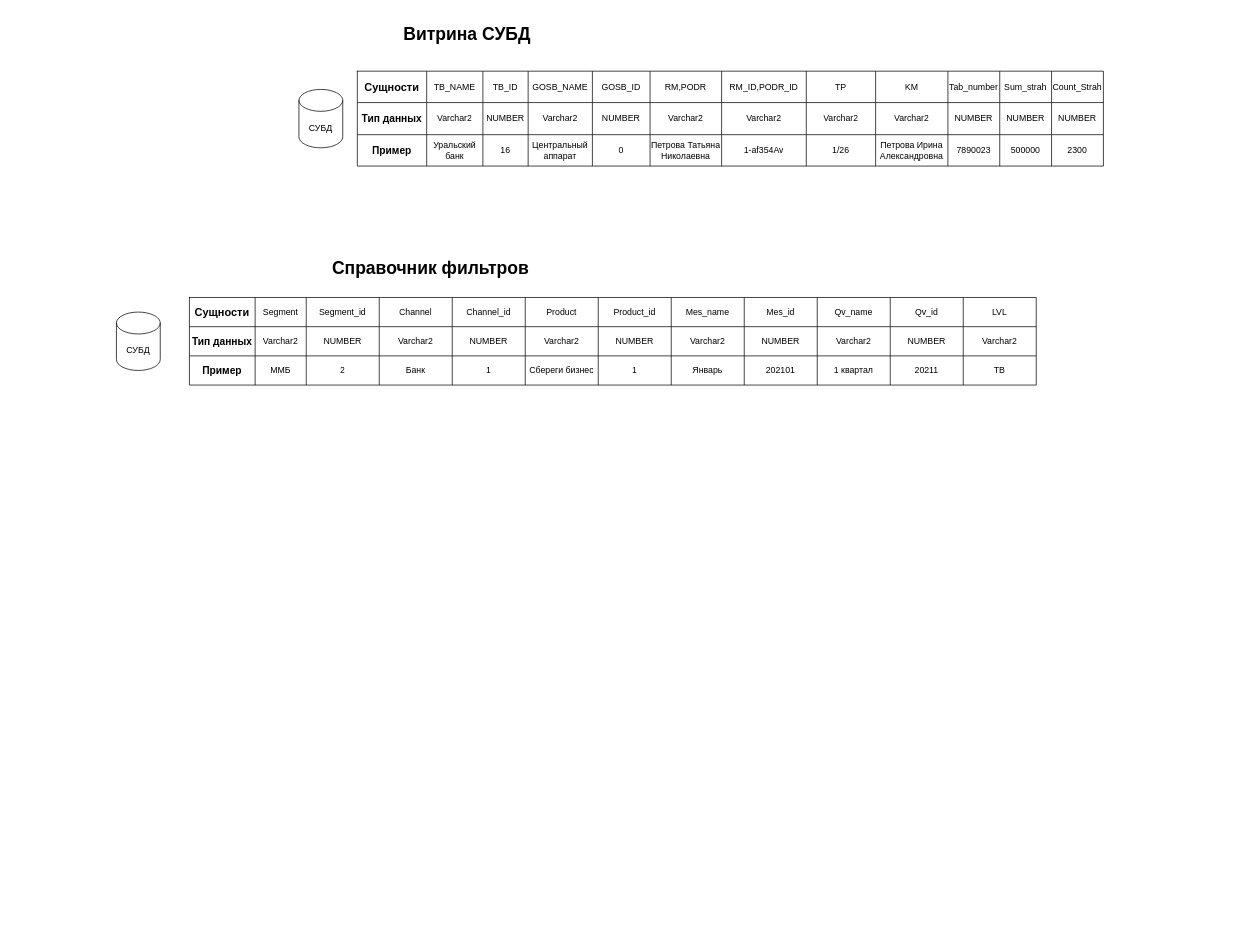
Earlier version of the draw.io diagram Untitled Diagram.drawio (cayfer12/ISKRA). Source tidied: cells renumbered, new cells numbered last; positions are measured from the earlier drawing's top-left corner, leaving out a move shared by most shapes. Both pictures are drawn from the tidied source at 73%, with x=0, y=0 at pixel (116, 20).
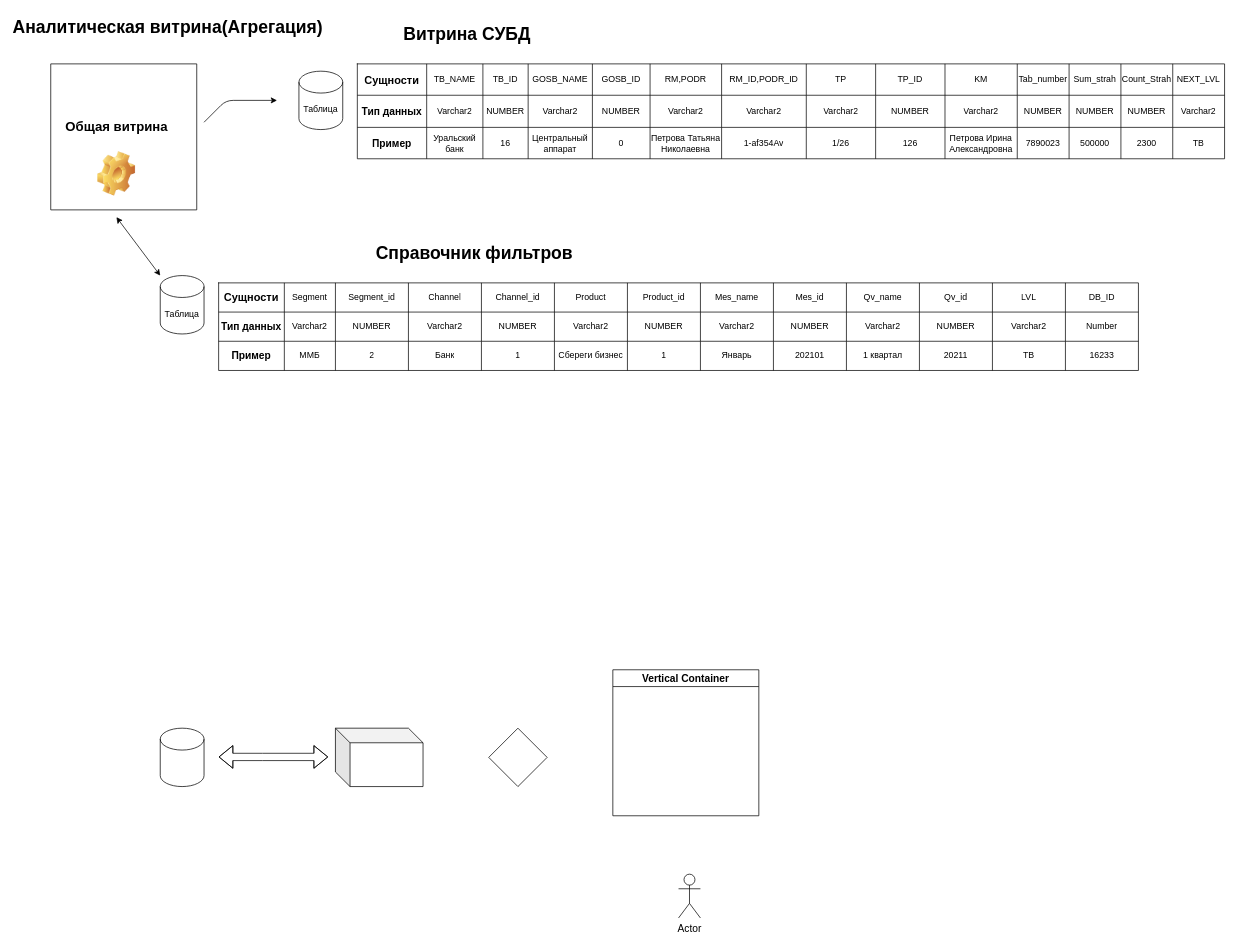
The same diagram, later.

The edit, as a diff of the source:
```diff
@@
-    <mxCell id="2" value="СУБД" style="shape=cylinder3;whiteSpace=wrap;html=1;boundedLbl=1;backgroundOutline=1;size=15;flipV=0;" parent="1" vertex="1">
-      <mxGeometry y="400" width="60" height="80" as="geometry" />
+    <mxCell id="2" value="Таблица" style="shape=cylinder3;whiteSpace=wrap;html=1;boundedLbl=1;backgroundOutline=1;size=15;flipV=0;" parent="1" vertex="1">
+      <mxGeometry x="60" y="350" width="60" height="80" as="geometry" />
     </mxCell>
     <mxCell id="3" style="shape=table;html=1;whiteSpace=wrap;startSize=0;childLayout=tableLayout;" parent="1" vertex="1">
-      <mxGeometry x="330" y="70" width="1022" height="130" as="geometry" />
+      <mxGeometry x="330" y="60" width="1188" height="130" as="geometry" />
     </mxCell>
     <mxCell id="4" style="shape=partialRectangle;html=1;whiteSpace=wrap;fillColor=none;top=0;left=0;bottom=0;right=0;" parent="3" vertex="1">
-      <mxGeometry width="1022" height="43" as="geometry" />
+      <mxGeometry width="1188" height="43" as="geometry" />
     </mxCell>
@@
+    <mxCell id="86" value="TP_ID" style="shape=partialRectangle;html=1;whiteSpace=wrap;fillColor=none;top=0;left=0;bottom=0;right=0;overflow=hidden;" parent="4" vertex="1">
+      <mxGeometry x="710" width="95" height="43" as="geometry" />
+    </mxCell>
     <mxCell id="13" value="KM" style="shape=partialRectangle;html=1;whiteSpace=wrap;fillColor=none;top=0;left=0;bottom=0;right=0;overflow=hidden;" parent="4" vertex="1">
-      <mxGeometry x="710" width="99" height="43" as="geometry" />
+      <mxGeometry x="805" width="99" height="43" as="geometry" />
     </mxCell>
     <mxCell id="14" value="Tab_number" style="shape=partialRectangle;html=1;whiteSpace=wrap;fillColor=none;top=0;left=0;bottom=0;right=0;overflow=hidden;" parent="4" vertex="1">
-      <mxGeometry x="809" width="71" height="43" as="geometry" />
+      <mxGeometry x="904" width="71" height="43" as="geometry" />
     </mxCell>
     <mxCell id="15" value="Sum_strah" style="shape=partialRectangle;html=1;whiteSpace=wrap;fillColor=none;top=0;left=0;bottom=0;right=0;overflow=hidden;" parent="4" vertex="1">
-      <mxGeometry x="880" width="71" height="43" as="geometry" />
+      <mxGeometry x="975" width="71" height="43" as="geometry" />
     </mxCell>
     <mxCell id="16" value="Count_Strah" style="shape=partialRectangle;html=1;whiteSpace=wrap;fillColor=none;top=0;left=0;bottom=0;right=0;overflow=hidden;" parent="4" vertex="1">
-      <mxGeometry x="951" width="71" height="43" as="geometry" />
+      <mxGeometry x="1046" width="71" height="43" as="geometry" />
     </mxCell>
+    <mxCell id="87" value="NEXT_LVL" style="shape=partialRectangle;html=1;whiteSpace=wrap;fillColor=none;top=0;left=0;bottom=0;right=0;overflow=hidden;" parent="4" vertex="1">
+      <mxGeometry x="1117" width="71" height="43" as="geometry" />
+    </mxCell>
     <mxCell id="17" style="shape=partialRectangle;html=1;whiteSpace=wrap;fillColor=none;top=0;left=0;bottom=0;right=0;" parent="3" vertex="1">
-      <mxGeometry y="43" width="1022" height="44" as="geometry" />
+      <mxGeometry y="43" width="1188" height="44" as="geometry" />
     </mxCell>
@@
+    <mxCell id="88" value="NUMBER" style="shape=partialRectangle;html=1;whiteSpace=wrap;fillColor=none;top=0;left=0;bottom=0;right=0;overflow=hidden;" parent="17" vertex="1">
+      <mxGeometry x="710" width="95" height="44" as="geometry" />
+    </mxCell>
     <mxCell id="26" value="&lt;span&gt;Varchar2&lt;/span&gt;" style="shape=partialRectangle;html=1;whiteSpace=wrap;fillColor=none;top=0;left=0;bottom=0;right=0;overflow=hidden;" parent="17" vertex="1">
-      <mxGeometry x="710" width="99" height="44" as="geometry" />
+      <mxGeometry x="805" width="99" height="44" as="geometry" />
     </mxCell>
     <mxCell id="27" value="&lt;span&gt;NUMBER&lt;/span&gt;" style="shape=partialRectangle;html=1;whiteSpace=wrap;fillColor=none;top=0;left=0;bottom=0;right=0;overflow=hidden;" parent="17" vertex="1">
-      <mxGeometry x="809" width="71" height="44" as="geometry" />
+      <mxGeometry x="904" width="71" height="44" as="geometry" />
     </mxCell>
     <mxCell id="28" value="&lt;span&gt;NUMBER&lt;/span&gt;" style="shape=partialRectangle;html=1;whiteSpace=wrap;fillColor=none;top=0;left=0;bottom=0;right=0;overflow=hidden;" parent="17" vertex="1">
-      <mxGeometry x="880" width="71" height="44" as="geometry" />
+      <mxGeometry x="975" width="71" height="44" as="geometry" />
     </mxCell>
     <mxCell id="29" value="&lt;span&gt;NUMBER&lt;/span&gt;" style="shape=partialRectangle;html=1;whiteSpace=wrap;fillColor=none;top=0;left=0;bottom=0;right=0;overflow=hidden;" parent="17" vertex="1">
-      <mxGeometry x="951" width="71" height="44" as="geometry" />
+      <mxGeometry x="1046" width="71" height="44" as="geometry" />
     </mxCell>
+    <mxCell id="89" value="Varchar2" style="shape=partialRectangle;html=1;whiteSpace=wrap;fillColor=none;top=0;left=0;bottom=0;right=0;overflow=hidden;" parent="17" vertex="1">
+      <mxGeometry x="1117" width="71" height="44" as="geometry" />
+    </mxCell>
     <mxCell id="30" style="shape=partialRectangle;html=1;whiteSpace=wrap;fillColor=none;top=0;left=0;bottom=0;right=0;" parent="3" vertex="1">
-      <mxGeometry y="87" width="1022" height="43" as="geometry" />
+      <mxGeometry y="87" width="1188" height="43" as="geometry" />
     </mxCell>
@@
+    <mxCell id="90" value="126" style="shape=partialRectangle;html=1;whiteSpace=wrap;fillColor=none;top=0;left=0;bottom=0;right=0;overflow=hidden;" parent="30" vertex="1">
+      <mxGeometry x="710" width="95" height="43" as="geometry" />
+    </mxCell>
     <mxCell id="39" value="Петрова Ирина Александровна" style="shape=partialRectangle;html=1;whiteSpace=wrap;fillColor=none;top=0;left=0;bottom=0;right=0;overflow=hidden;" parent="30" vertex="1">
-      <mxGeometry x="710" width="99" height="43" as="geometry" />
+      <mxGeometry x="805" width="99" height="43" as="geometry" />
     </mxCell>
     <mxCell id="40" value="7890023" style="shape=partialRectangle;html=1;whiteSpace=wrap;fillColor=none;top=0;left=0;bottom=0;right=0;overflow=hidden;" parent="30" vertex="1">
-      <mxGeometry x="809" width="71" height="43" as="geometry" />
+      <mxGeometry x="904" width="71" height="43" as="geometry" />
     </mxCell>
     <mxCell id="41" value="500000" style="shape=partialRectangle;html=1;whiteSpace=wrap;fillColor=none;top=0;left=0;bottom=0;right=0;overflow=hidden;" parent="30" vertex="1">
-      <mxGeometry x="880" width="71" height="43" as="geometry" />
+      <mxGeometry x="975" width="71" height="43" as="geometry" />
     </mxCell>
     <mxCell id="42" value="2300" style="shape=partialRectangle;html=1;whiteSpace=wrap;fillColor=none;top=0;left=0;bottom=0;right=0;overflow=hidden;" parent="30" vertex="1">
-      <mxGeometry x="951" width="71" height="43" as="geometry" />
+      <mxGeometry x="1046" width="71" height="43" as="geometry" />
     </mxCell>
+    <mxCell id="91" value="TB" style="shape=partialRectangle;html=1;whiteSpace=wrap;fillColor=none;top=0;left=0;bottom=0;right=0;overflow=hidden;" parent="30" vertex="1">
+      <mxGeometry x="1117" width="71" height="43" as="geometry" />
+    </mxCell>
@@
     <mxCell id="44" style="shape=table;html=1;whiteSpace=wrap;startSize=0;childLayout=tableLayout;" parent="1" vertex="1">
-      <mxGeometry x="100" y="380" width="1160" height="120" as="geometry" />
+      <mxGeometry x="140" y="360" width="1260" height="120" as="geometry" />
     </mxCell>
     <mxCell id="45" style="shape=partialRectangle;html=1;whiteSpace=wrap;fillColor=none;top=0;left=0;bottom=0;right=0;" parent="44" vertex="1">
-      <mxGeometry width="1160" height="40" as="geometry" />
+      <mxGeometry width="1260" height="40" as="geometry" />
     </mxCell>
@@
+    <mxCell id="92" value="DB_ID" style="shape=partialRectangle;html=1;whiteSpace=wrap;fillColor=none;top=0;left=0;bottom=0;right=0;overflow=hidden;" parent="45" vertex="1">
+      <mxGeometry x="1160" width="100" height="40" as="geometry" />
+    </mxCell>
     <mxCell id="58" style="shape=partialRectangle;html=1;whiteSpace=wrap;fillColor=none;top=0;left=0;bottom=0;right=0;" parent="44" vertex="1">
-      <mxGeometry y="40" width="1160" height="40" as="geometry" />
+      <mxGeometry y="40" width="1260" height="40" as="geometry" />
     </mxCell>
@@
+    <mxCell id="93" value="Number" style="shape=partialRectangle;html=1;whiteSpace=wrap;fillColor=none;top=0;left=0;bottom=0;right=0;overflow=hidden;" parent="58" vertex="1">
+      <mxGeometry x="1160" width="100" height="40" as="geometry" />
+    </mxCell>
     <mxCell id="71" style="shape=partialRectangle;html=1;whiteSpace=wrap;fillColor=none;top=0;left=0;bottom=0;right=0;" parent="44" vertex="1">
-      <mxGeometry y="80" width="1160" height="40" as="geometry" />
+      <mxGeometry y="80" width="1260" height="40" as="geometry" />
     </mxCell>
@@
+    <mxCell id="94" value="16233" style="shape=partialRectangle;html=1;whiteSpace=wrap;fillColor=none;top=0;left=0;bottom=0;right=0;overflow=hidden;" parent="71" vertex="1">
+      <mxGeometry x="1160" width="100" height="40" as="geometry" />
+    </mxCell>
     <mxCell id="84" value="Справочник фильтров" style="text;strokeColor=none;fillColor=none;html=1;fontSize=24;fontStyle=1;verticalAlign=middle;align=center;" parent="1" vertex="1">
-      <mxGeometry x="380" y="320" width="100" height="40" as="geometry" />
+      <mxGeometry x="440" y="300" width="100" height="40" as="geometry" />
     </mxCell>
-    <mxCell id="85" value="СУБД" style="shape=cylinder3;whiteSpace=wrap;html=1;boundedLbl=1;backgroundOutline=1;size=15;flipV=0;" parent="1" vertex="1">
-      <mxGeometry x="250" y="95" width="60" height="80" as="geometry" />
+    <mxCell id="85" value="Таблица" style="shape=cylinder3;whiteSpace=wrap;html=1;boundedLbl=1;backgroundOutline=1;size=15;flipV=0;" parent="1" vertex="1">
+      <mxGeometry x="250" y="70" width="60" height="80" as="geometry" />
     </mxCell>
+    <mxCell id="95" style="swimlane;startSize=0;fontSize=14;" parent="1" vertex="1">
+      <mxGeometry x="-90" y="60" width="200" height="200" as="geometry" />
+    </mxCell>
+    <mxCell id="96" value="&lt;font style=&quot;font-size: 18px&quot;&gt;&lt;b&gt;Общая витрина&lt;/b&gt;&lt;/font&gt;" style="text;html=1;align=center;verticalAlign=middle;strokeColor=none;fillColor=none;fontSize=14;" parent="95" vertex="1">
+      <mxGeometry x="10" y="77" width="160" height="20" as="geometry" />
+    </mxCell>
+    <mxCell id="97" style="shape=image;html=1;verticalLabelPosition=bottom;verticalAlign=top;imageAspect=1;image=img/clipart/Gear_128x128.png;fontSize=14;" parent="95" vertex="1">
+      <mxGeometry x="64" y="120" width="52" height="61" as="geometry" />
+    </mxCell>
+    <mxCell id="98" style="endArrow=classic;html=1;fontSize=14;" parent="1" edge="1">
+      <mxGeometry relative="1" as="geometry">
+        <mxPoint x="120" y="140" as="sourcePoint" />
+        <mxPoint x="220" y="110" as="targetPoint" />
+        <Array as="points">
+          <mxPoint x="150" y="110" />
+        </Array>
+      </mxGeometry>
+    </mxCell>
+    <mxCell id="99" style="endArrow=classic;startArrow=classic;html=1;fontSize=14;" parent="1" edge="1">
+      <mxGeometry relative="1" as="geometry">
+        <mxPoint x="60" y="350" as="sourcePoint" />
+        <mxPoint y="270" as="targetPoint" />
+      </mxGeometry>
+    </mxCell>
+    <mxCell id="100" style="shape=cylinder3;whiteSpace=wrap;html=1;boundedLbl=1;backgroundOutline=1;size=15;fontSize=14;" parent="1" vertex="1">
+      <mxGeometry x="60" y="970" width="60" height="80" as="geometry" />
+    </mxCell>
+    <mxCell id="101" style="shape=flexArrow;endArrow=classic;startArrow=classic;html=1;fontSize=14;" parent="1" edge="1">
+      <mxGeometry relative="1" as="geometry">
+        <mxPoint x="140" y="1009.4" as="sourcePoint" />
+        <mxPoint x="290" y="1009.4" as="targetPoint" />
+        <Array as="points">
+          <mxPoint x="200" y="1009.4" />
+        </Array>
+      </mxGeometry>
+    </mxCell>
+    <mxCell id="102" style="shape=cube;whiteSpace=wrap;html=1;boundedLbl=1;backgroundOutline=1;darkOpacity=0.05;darkOpacity2=0.1;fontSize=14;" parent="1" vertex="1">
+      <mxGeometry x="300" y="970" width="120" height="80" as="geometry" />
+    </mxCell>
+    <mxCell id="103" value="Vertical Container" style="swimlane;fontSize=14;" parent="1" vertex="1">
+      <mxGeometry x="680" y="890" width="200" height="200" as="geometry" />
+    </mxCell>
+    <mxCell id="104" style="rhombus;whiteSpace=wrap;html=1;fontSize=14;" parent="1" vertex="1">
+      <mxGeometry x="510" y="970" width="80" height="80" as="geometry" />
+    </mxCell>
+    <mxCell id="105" value="Actor" style="shape=umlActor;verticalLabelPosition=bottom;verticalAlign=top;html=1;fontSize=14;" parent="1" vertex="1">
+      <mxGeometry x="770" y="1170" width="30" height="60" as="geometry" />
+    </mxCell>
+    <mxCell id="106" value="Аналитическая витрина(Агрегация)" style="text;strokeColor=none;fillColor=none;html=1;fontSize=24;fontStyle=1;verticalAlign=middle;align=center;" parent="1" vertex="1">
+      <mxGeometry x="20" y="-10" width="100" height="40" as="geometry" />
+    </mxCell>
```
